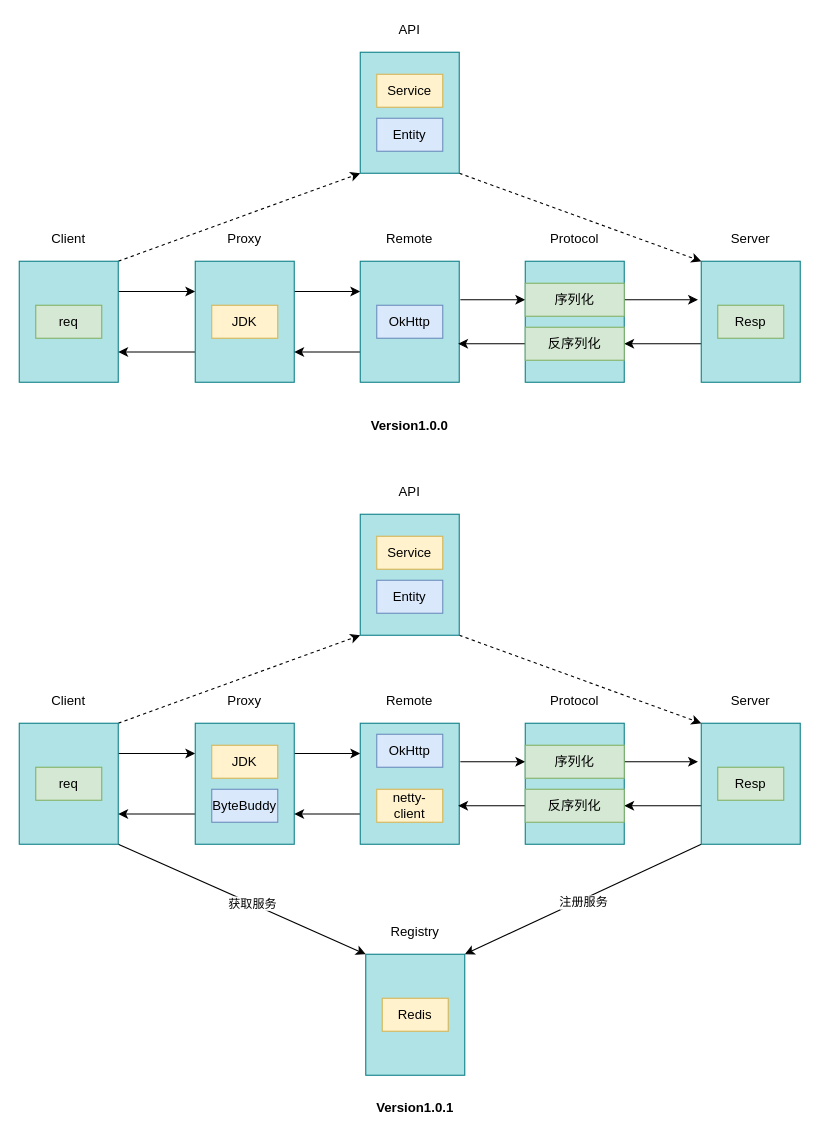
oliverschen/draw.io keeps this draw.io diagram as jihe/rpc/oli-rpc.drawio. Above is the earlier version. Source tidied: cells renumbered, new cells numbered last; positions are measured from the earlier drawing's top-left corner, leaving out a move shared by most shapes. Both pictures are drawn from the tidied source at 110%, with x=0, y=0 at pixel (19, 19).
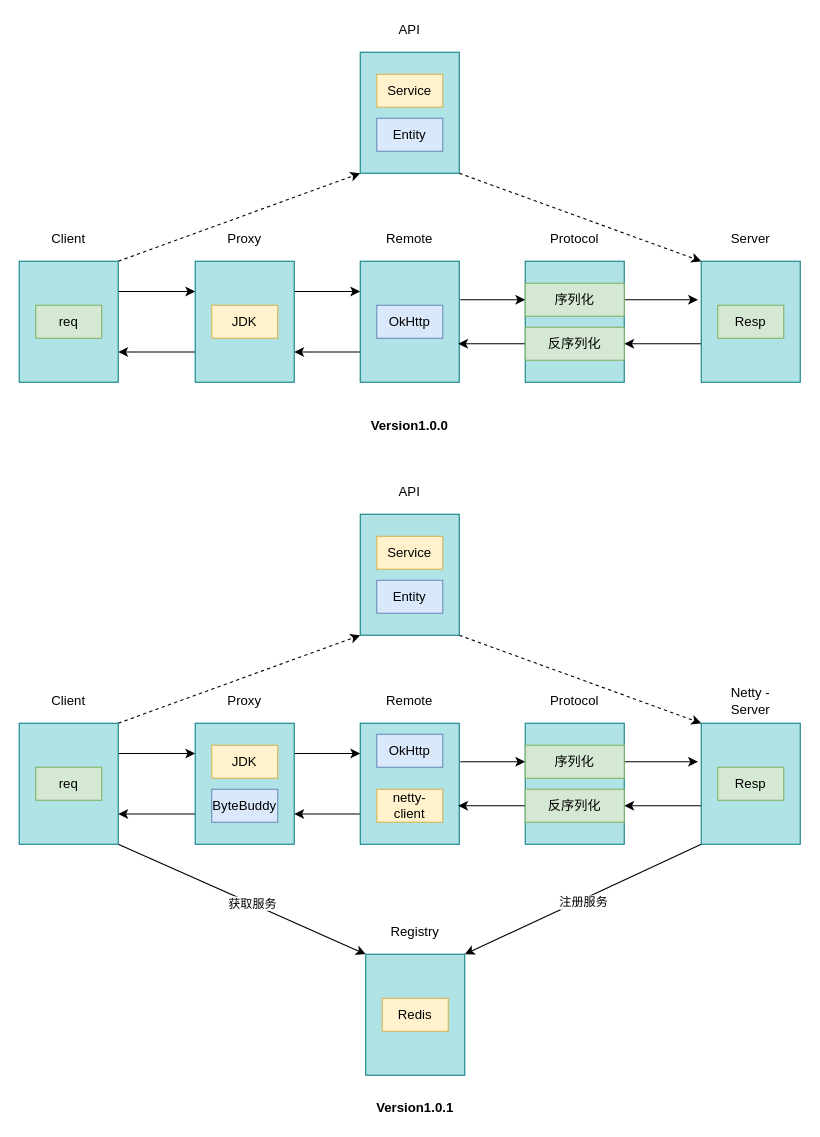
After the change.

Change to the diagram source:
```diff
@@
-    <mxCell id="55" value="Server" style="text;html=1;strokeColor=none;fillColor=none;align=center;verticalAlign=middle;whiteSpace=wrap;rounded=0;" parent="1" vertex="1">
+    <mxCell id="55" value="Netty - Server" style="text;html=1;strokeColor=none;fillColor=none;align=center;verticalAlign=middle;whiteSpace=wrap;rounded=0;" parent="1" vertex="1">
       <mxGeometry x="645" y="610" width="40" height="20" as="geometry" />
     </mxCell>
```
